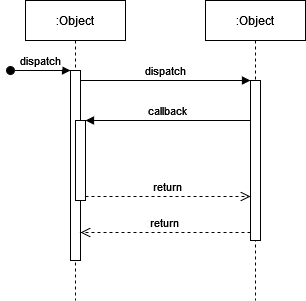
The draw.io diagram resources/diagrams/sequence.png in rronaldr/4IT575-Architektury, before a commit. Source tidied: cells renumbered, new cells last; positions are measured from the earlier drawing's top-left corner, leaving out a move shared by most shapes.
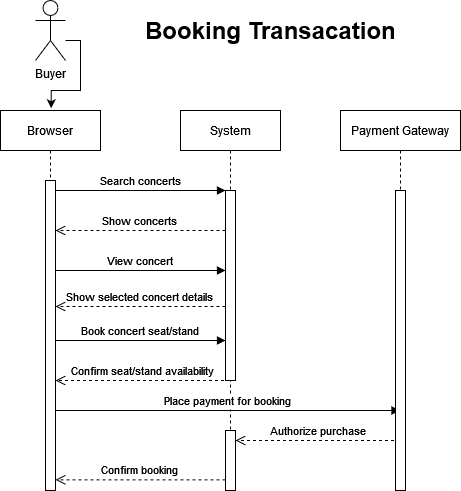
Later version of the same file.

Commit message:
Sequence diagram

What changed in the source:
```diff
@@ -2,37 +2,100 @@
   <root>
     <mxCell id="0" />
     <mxCell id="1" parent="0" />
+    <mxCell id="12" style="edgeStyle=orthogonalEdgeStyle;rounded=0;jettySize=auto;html=1;entryX=0.507;entryY=-0.006;entryDx=0;entryDy=0;entryPerimeter=0;" parent="1" edge="1" source="16" target="2">
+      <mxGeometry relative="1" as="geometry">
+        <Array as="points">
+          <mxPoint x="95" y="-70" />
+          <mxPoint x="95" y="-20" />
+          <mxPoint x="66" y="-20" />
+        </Array>
+      </mxGeometry>
+    </mxCell>
-    <mxCell id="2" value=":Object" style="shape=umlLifeline;perimeter=lifelinePerimeter;rounded=0;shadow=0;strokeWidth=1;" parent="1" vertex="1">
-      <mxGeometry x="15" width="100" height="300" as="geometry" />
+    <mxCell id="2" value="Browser" style="shape=umlLifeline;perimeter=lifelinePerimeter;rounded=0;shadow=0;strokeWidth=1;" parent="1" vertex="1">
+      <mxGeometry x="15" width="100" height="380" as="geometry" />
     </mxCell>
     <mxCell id="3" style="points=[];perimeter=orthogonalPerimeter;rounded=0;shadow=0;strokeWidth=1;" parent="2" vertex="1">
-      <mxGeometry x="45" y="70" width="10" height="190" as="geometry" />
+      <mxGeometry x="45" y="70" width="10" height="310" as="geometry" />
     </mxCell>
-    <mxCell id="4" value="dispatch" style="verticalAlign=bottom;startArrow=oval;endArrow=block;startSize=8;shadow=0;strokeWidth=1;" parent="2" edge="1" target="3">
-      <mxGeometry relative="1" as="geometry">
-        <mxPoint x="-15" y="70" as="sourcePoint" />
-      </mxGeometry>
-    </mxCell>
-    <mxCell id="5" style="points=[];perimeter=orthogonalPerimeter;rounded=0;shadow=0;strokeWidth=1;" parent="2" vertex="1">
-      <mxGeometry x="50" y="120" width="10" height="80" as="geometry" />
-    </mxCell>
+    <mxCell id="13" value="Book concert seat/stand" style="verticalAlign=bottom;endArrow=block;shadow=0;strokeWidth=1;" parent="2" edge="1" target="7">
+      <mxGeometry relative="1" as="geometry">
+        <mxPoint x="55" y="230" as="sourcePoint" />
+      </mxGeometry>
+    </mxCell>
+    <mxCell id="14" value="Confirm booking" style="verticalAlign=bottom;endArrow=open;dashed=1;endSize=8;shadow=0;strokeWidth=1;" parent="2" edge="1">
+      <mxGeometry relative="1" as="geometry">
+        <mxPoint x="225" y="369.3" as="sourcePoint" />
+        <mxPoint x="55" y="369.3" as="targetPoint" />
+        <Array as="points">
+          <mxPoint x="205" y="369.3" />
+        </Array>
+      </mxGeometry>
+    </mxCell>
-    <mxCell id="6" value=":Object" style="shape=umlLifeline;perimeter=lifelinePerimeter;rounded=0;shadow=0;strokeWidth=1;" parent="1" vertex="1">
-      <mxGeometry x="195" width="100" height="300" as="geometry" />
+    <mxCell id="6" value="System" style="shape=umlLifeline;perimeter=lifelinePerimeter;rounded=0;shadow=0;strokeWidth=1;" parent="1" vertex="1">
+      <mxGeometry x="195" width="100" height="380" as="geometry" />
     </mxCell>
     <mxCell id="7" style="points=[];perimeter=orthogonalPerimeter;rounded=0;shadow=0;strokeWidth=1;" parent="6" vertex="1">
-      <mxGeometry x="45" y="80" width="10" height="160" as="geometry" />
+      <mxGeometry x="45" y="80" width="10" height="190" as="geometry" />
     </mxCell>
+    <mxCell id="15" style="points=[];perimeter=orthogonalPerimeter;rounded=0;shadow=0;strokeWidth=1;" parent="6" vertex="1">
+      <mxGeometry x="45" y="320" width="10" height="60" as="geometry" />
+    </mxCell>
-    <mxCell id="8" value="return" style="verticalAlign=bottom;endArrow=open;dashed=1;endSize=8;exitX=0;exitY=0.95;shadow=0;strokeWidth=1;" parent="1" edge="1" source="7" target="3">
-      <mxGeometry relative="1" as="geometry" />
+    <mxCell id="8" value="Show concerts" style="verticalAlign=bottom;endArrow=open;dashed=1;endSize=8;shadow=0;strokeWidth=1;" parent="1" edge="1" source="7" target="3">
+      <mxGeometry relative="1" as="geometry">
+        <Array as="points">
+          <mxPoint x="225" y="120" />
+        </Array>
+      </mxGeometry>
     </mxCell>
-    <mxCell id="9" value="dispatch" style="verticalAlign=bottom;endArrow=block;entryX=0;entryY=0;shadow=0;strokeWidth=1;" parent="1" edge="1" source="3" target="7">
+    <mxCell id="9" value="Search concerts" style="verticalAlign=bottom;endArrow=block;entryX=0;entryY=0;shadow=0;strokeWidth=1;" parent="1" edge="1" source="3" target="7">
       <mxGeometry relative="1" as="geometry" />
     </mxCell>
-    <mxCell id="10" value="callback" style="verticalAlign=bottom;endArrow=block;entryX=1;entryY=0;shadow=0;strokeWidth=1;" parent="1" edge="1" source="7" target="5">
-      <mxGeometry relative="1" as="geometry" />
+    <mxCell id="10" value="View concert" style="verticalAlign=bottom;endArrow=block;shadow=0;strokeWidth=1;" parent="1" edge="1" source="3" target="7">
+      <mxGeometry relative="1" as="geometry">
+        <Array as="points">
+          <mxPoint x="155" y="160" />
+        </Array>
+      </mxGeometry>
     </mxCell>
+    <mxCell id="16" value="Buyer" style="shape=umlActor;verticalLabelPosition=bottom;verticalAlign=top;html=1;outlineConnect=0;" parent="1" vertex="1">
+      <mxGeometry x="50" y="-110" width="30" height="60" as="geometry" />
+    </mxCell>
+    <mxCell id="17" value="&lt;h1&gt;Booking Transacation&lt;/h1&gt;&lt;p&gt;&lt;br&gt;&lt;/p&gt;" style="text;html=1;strokeColor=none;fillColor=none;spacing=5;spacingTop=-20;whiteSpace=wrap;overflow=hidden;rounded=0;" parent="1" vertex="1">
+      <mxGeometry x="155" y="-100" width="275" height="40" as="geometry" />
+    </mxCell>
-    <mxCell id="11" value="return" style="verticalAlign=bottom;endArrow=open;dashed=1;endSize=8;exitX=1;exitY=0.95;shadow=0;strokeWidth=1;" parent="1" edge="1" source="5" target="7">
-      <mxGeometry relative="1" as="geometry" />
+    <mxCell id="11" value="Show selected concert details" style="verticalAlign=bottom;endArrow=open;dashed=1;endSize=8;shadow=0;strokeWidth=1;spacingTop=0;" parent="1" edge="1" source="7" target="3">
+      <mxGeometry relative="1" as="geometry">
+        <Array as="points">
+          <mxPoint x="215" y="196" />
+        </Array>
+      </mxGeometry>
     </mxCell>
+    <mxCell id="18" value="Confirm seat/stand availability" style="verticalAlign=bottom;endArrow=open;dashed=1;endSize=8;shadow=0;strokeWidth=1;" parent="1" edge="1" source="6" target="3">
+      <mxGeometry relative="1" as="geometry">
+        <Array as="points">
+          <mxPoint x="220" y="270" />
+        </Array>
+      </mxGeometry>
+    </mxCell>
+    <mxCell id="19" value="Place payment for booking" style="verticalAlign=bottom;endArrow=block;shadow=0;strokeWidth=1;" parent="1" edge="1" source="3" target="21">
+      <mxGeometry relative="1" as="geometry">
+        <Array as="points">
+          <mxPoint x="160" y="300" />
+        </Array>
+      </mxGeometry>
+    </mxCell>
+    <mxCell id="20" value="Authorize purchase" style="verticalAlign=bottom;endArrow=open;dashed=1;endSize=8;shadow=0;strokeWidth=1;" parent="1" edge="1" source="21" target="15">
+      <mxGeometry relative="1" as="geometry">
+        <Array as="points">
+          <mxPoint x="335" y="330" />
+        </Array>
+      </mxGeometry>
+    </mxCell>
+    <mxCell id="21" value="Payment Gateway" style="shape=umlLifeline;perimeter=lifelinePerimeter;rounded=0;shadow=0;strokeWidth=1;" parent="1" vertex="1">
+      <mxGeometry x="355" width="120" height="380" as="geometry" />
+    </mxCell>
+    <mxCell id="22" style="perimeter=orthogonalPerimeter;rounded=0;shadow=0;strokeWidth=1;" parent="21" vertex="1">
+      <mxGeometry x="55" y="80" width="10" height="300" as="geometry" />
+    </mxCell>
   </root>
 </mxGraphModel>
```
